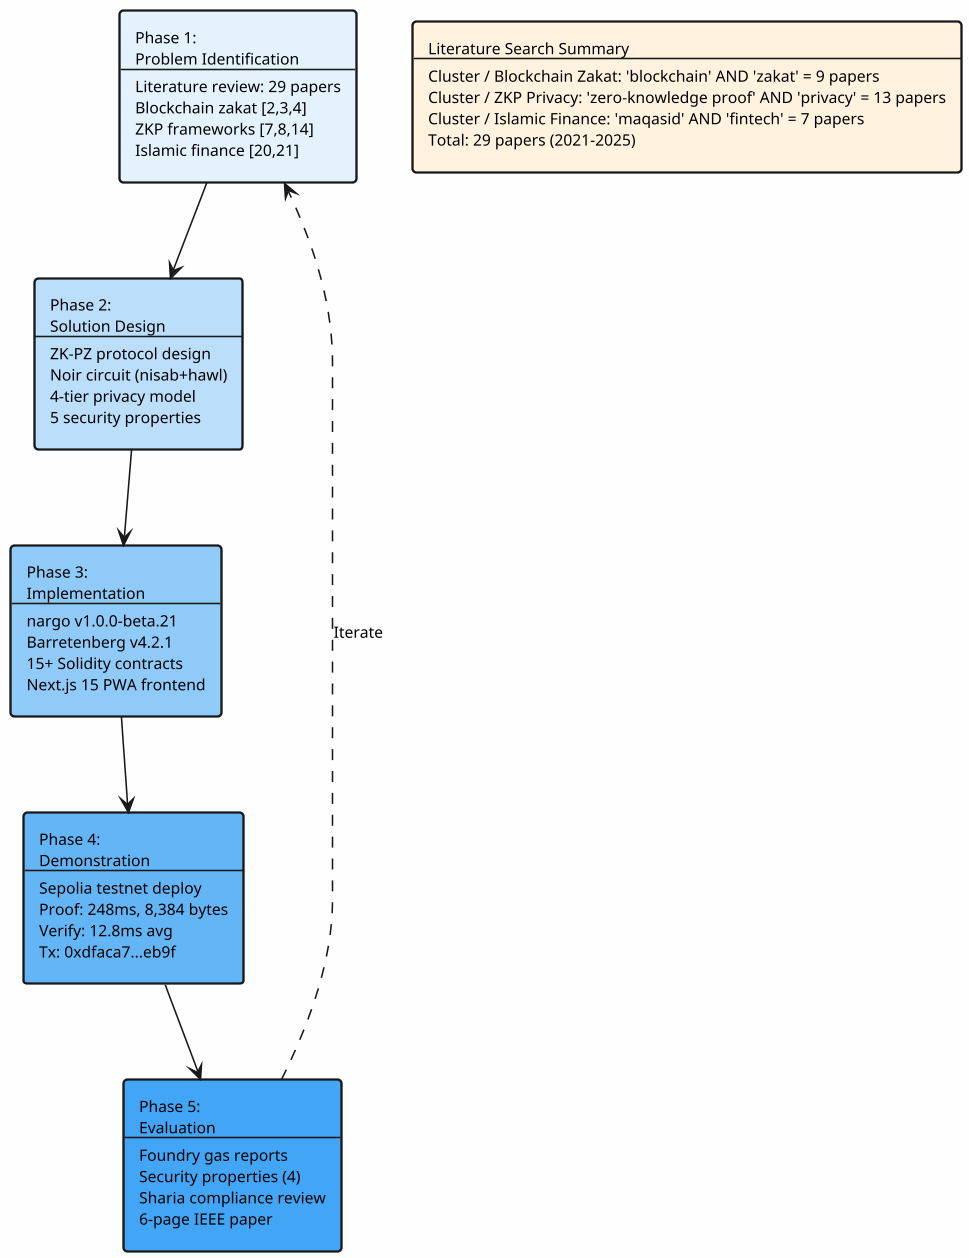
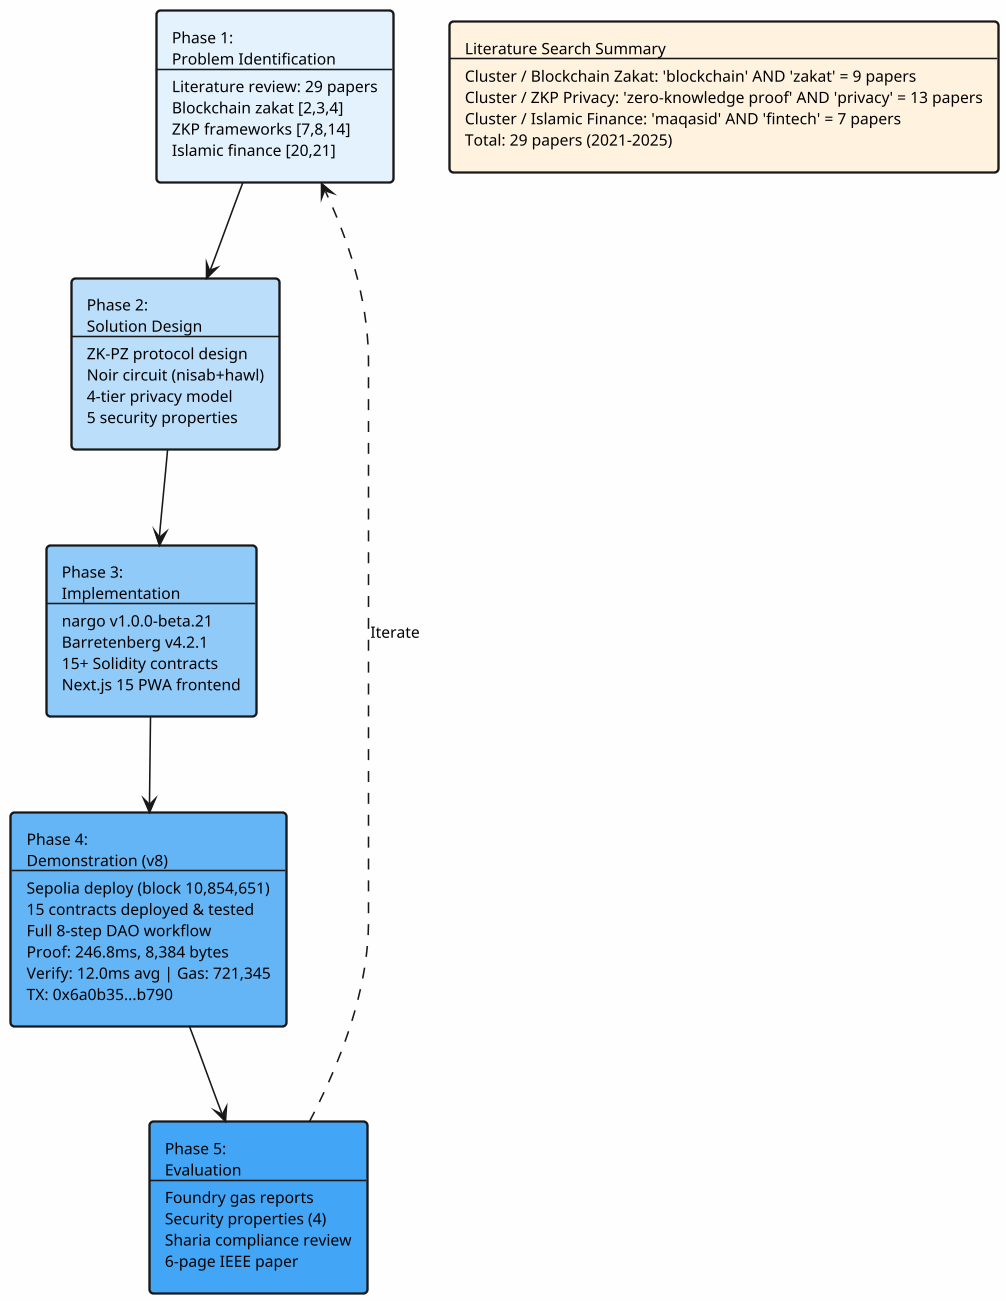
@startuml
skinparam backgroundColor #FEFEFE
skinparam shadowing false
skinparam defaultFontName Times-Roman
skinparam defaultFontSize 10
skinparam rectangleBorderThickness 1.5
skinparam dpi 150


rectangle "Phase 1:\nProblem Identification\n--\nLiterature review: 29 papers\nBlockchain zakat [2,3,4]\nZKP frameworks [7,8,14]\nIslamic finance [20,21]" as P1 #E3F2FD
rectangle "Phase 2:\nSolution Design\n--\nZK-PZ protocol design\nNoir circuit (nisab+hawl)\n4-tier privacy model\n5 security properties" as P2 #BBDEFB
rectangle "Phase 3:\nImplementation\n--\nnargo v1.0.0-beta.21\nBarretenberg v4.2.1\n15+ Solidity contracts\nNext.js 15 PWA frontend" as P3 #90CAF9
- rectangle "Phase 4:\nDemonstration\n--\nSepolia testnet deploy\nProof: 248ms, 8,384 bytes\nVerify: 12.8ms avg\nTx: 0xdfaca7...eb9f" as P4 #64B5F6
+ rectangle "Phase 4:\nDemonstration (v8)\n--\nSepolia deploy (block 10,854,651)\n15 contracts deployed & tested\nFull 8-step DAO workflow\nProof: 246.8ms, 8,384 bytes\nVerify: 12.0ms avg | Gas: 721,345\nTX: 0x6a0b35...b790" as P4 #64B5F6
rectangle "Phase 5:\nEvaluation\n--\nFoundry gas reports\nSecurity properties (4)\nSharia compliance review\n6-page IEEE paper" as P5 #42A5F5

P1 --> P2
P2 --> P3
P3 --> P4
P4 --> P5
P5 ..> P1 : Iterate

rectangle "Literature Search Summary\n--\nCluster / Blockchain Zakat: 'blockchain' AND 'zakat' = 9 papers\nCluster / ZKP Privacy: 'zero-knowledge proof' AND 'privacy' = 13 papers\nCluster / Islamic Finance: 'maqasid' AND 'fintech' = 7 papers\nTotal: 29 papers (2021-2025)" as SUMMARY #FFF3E0

@enduml
